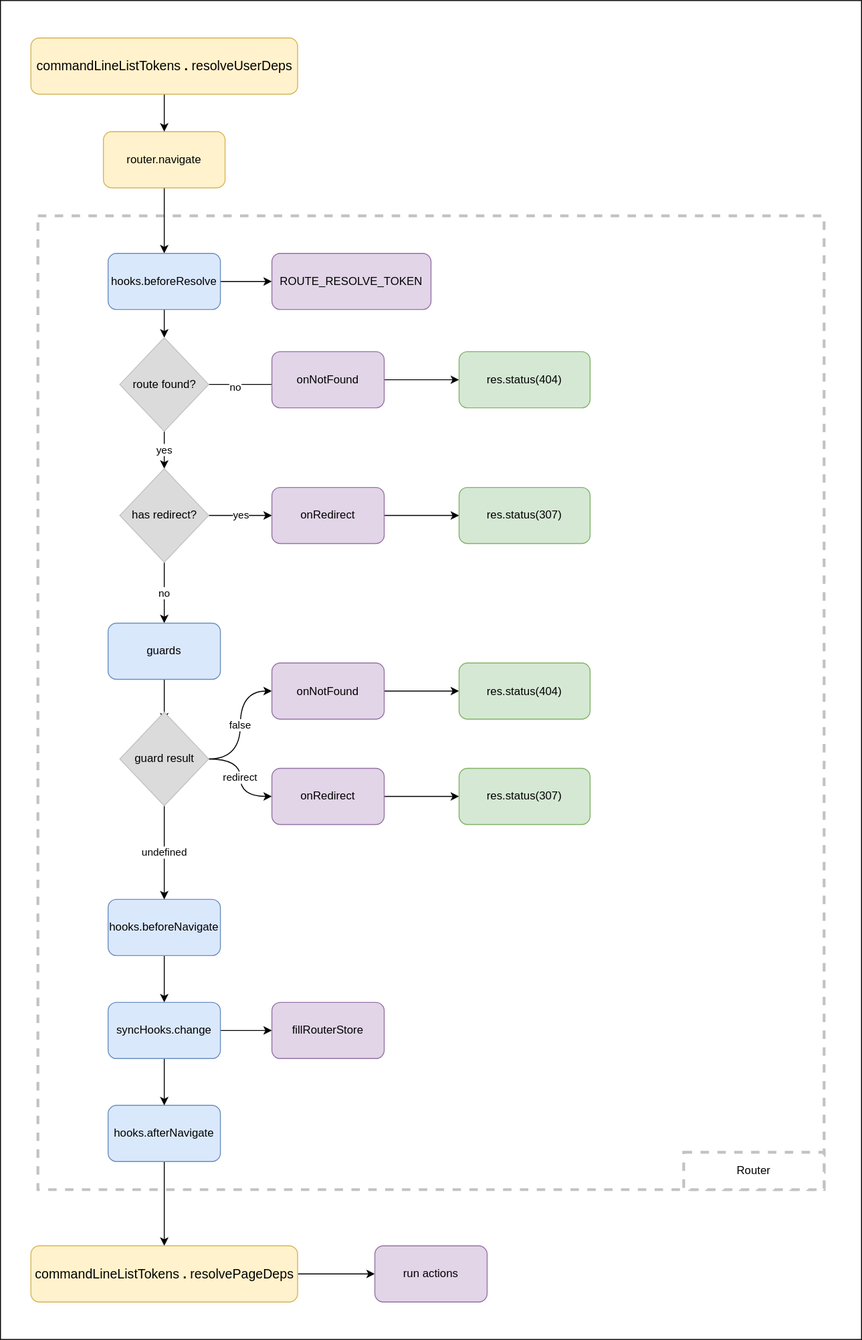
Above: tools/docSite/static/img/router/navigate-flow-server.drawio.svg in Tinkoff/tramvai (draw.io), before the change. Source tidied: cells renumbered, new cells last; positions are measured from the earlier drawing's top-left corner, leaving out a move shared by most shapes.
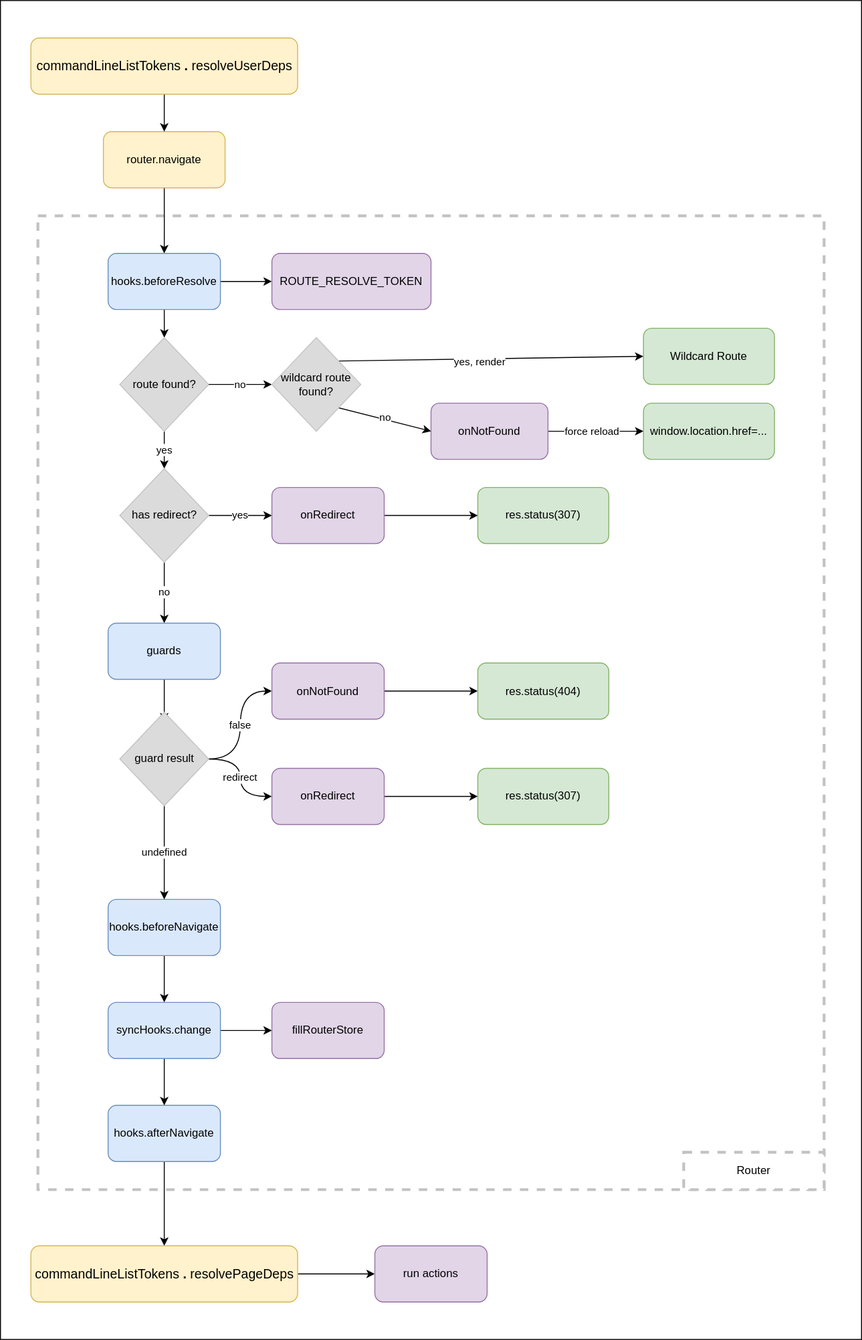
Above is the later version.

The edit, as a diff of the source:
```diff
@@ -40,31 +40,17 @@
     <mxCell id="12" value="hooks.afterNavigate" style="rounded=1;whiteSpace=wrap;html=1;strokeColor=#6c8ebf;strokeWidth=1;fillColor=#dae8fc;" parent="1" vertex="1">
       <mxGeometry x="115" y="1180" width="120" height="60" as="geometry" />
     </mxCell>
-    <mxCell id="13" value="no" style="edgeStyle=orthogonalEdgeStyle;rounded=0;jettySize=auto;html=1;exitX=1;exitY=0.5;exitDx=0;exitDy=0;entryX=0;entryY=0.5;entryDx=0;entryDy=0;" parent="1" edge="1" source="16" target="18">
-      <mxGeometry relative="1" as="geometry">
-        <Array as="points">
-          <mxPoint x="330" y="410" />
-        </Array>
-      </mxGeometry>
-    </mxCell>
-    <mxCell id="14" value="no" style="edgeLabel;html=1;align=center;verticalAlign=middle;" parent="13" vertex="1">
-      <mxGeometry x="-0.63" y="-2" relative="1" as="geometry" />
-    </mxCell>
     <mxCell id="15" value="yes" style="edgeStyle=orthogonalEdgeStyle;rounded=0;jettySize=auto;html=1;entryX=0.5;entryY=0;entryDx=0;entryDy=0;" parent="1" edge="1" source="16" target="22">
       <mxGeometry relative="1" as="geometry" />
     </mxCell>
     <mxCell id="16" value="route found?" style="rhombus;whiteSpace=wrap;html=1;rounded=0;strokeColor=#C2C2C2;strokeWidth=1;fillColor=#DBDBDB;" parent="1" vertex="1">
       <mxGeometry x="127.5" y="360" width="95" height="100" as="geometry" />
     </mxCell>
-    <mxCell id="17" style="edgeStyle=orthogonalEdgeStyle;rounded=0;jettySize=auto;html=1;exitX=1;exitY=0.5;exitDx=0;exitDy=0;entryX=0;entryY=0.5;entryDx=0;entryDy=0;" parent="1" edge="1" source="18" target="19">
-      <mxGeometry relative="1" as="geometry" />
+    <mxCell id="17" style="edgeStyle=orthogonalEdgeStyle;rounded=0;jettySize=auto;html=1;exitX=1;exitY=0.5;exitDx=0;exitDy=0;entryX=0;entryY=0.5;entryDx=0;entryDy=0;" parent="1" edge="1" target="x">
+      <mxGeometry relative="1" as="geometry">
+        <mxPoint x="410" y="405" as="sourcePoint" />
+      </mxGeometry>
     </mxCell>
-    <mxCell id="18" value="onNotFound" style="rounded=1;whiteSpace=wrap;html=1;strokeWidth=1;fillColor=#e1d5e7;strokeColor=#9673a6;" parent="1" vertex="1">
-      <mxGeometry x="290" y="375" width="120" height="60" as="geometry" />
-    </mxCell>
-    <mxCell id="19" value="res.status(404)" style="rounded=1;whiteSpace=wrap;html=1;strokeColor=#82b366;strokeWidth=1;fillColor=#d5e8d4;" parent="1" vertex="1">
-      <mxGeometry x="490" y="375" width="140" height="60" as="geometry" />
-    </mxCell>
     <mxCell id="20" value="yes" style="edgeStyle=orthogonalEdgeStyle;rounded=0;jettySize=auto;html=1;exitX=1;exitY=0.5;exitDx=0;exitDy=0;entryX=0;entryY=0.5;entryDx=0;entryDy=0;" parent="1" edge="1" source="22" target="24">
       <mxGeometry relative="1" as="geometry" />
     </mxCell>
@@ -81,7 +67,7 @@
       <mxGeometry x="290" y="520" width="120" height="60" as="geometry" />
     </mxCell>
     <mxCell id="25" value="res.status(307)" style="rounded=1;whiteSpace=wrap;html=1;strokeColor=#82b366;strokeWidth=1;fillColor=#d5e8d4;" parent="1" vertex="1">
-      <mxGeometry x="490" y="520" width="140" height="60" as="geometry" />
+      <mxGeometry x="510" y="520" width="140" height="60" as="geometry" />
     </mxCell>
     <mxCell id="26" style="edgeStyle=orthogonalEdgeStyle;curved=1;jettySize=auto;html=1;exitX=0.5;exitY=1;exitDx=0;exitDy=0;entryX=0.5;entryY=0;entryDx=0;entryDy=0;" parent="1" edge="1" source="28" target="12">
       <mxGeometry relative="1" as="geometry" />
@@ -125,7 +111,7 @@
       <mxGeometry x="290" y="707.5" width="120" height="60" as="geometry" />
     </mxCell>
     <mxCell id="39" value="res.status(404)" style="rounded=1;whiteSpace=wrap;html=1;strokeColor=#82b366;strokeWidth=1;fillColor=#d5e8d4;" parent="1" vertex="1">
-      <mxGeometry x="490" y="707.5" width="140" height="60" as="geometry" />
+      <mxGeometry x="510" y="707.5" width="140" height="60" as="geometry" />
     </mxCell>
     <mxCell id="40" style="edgeStyle=orthogonalEdgeStyle;rounded=0;jettySize=auto;html=1;exitX=1;exitY=0.5;exitDx=0;exitDy=0;entryX=0;entryY=0.5;entryDx=0;entryDy=0;" parent="1" edge="1" source="41" target="42">
       <mxGeometry relative="1" as="geometry" />
@@ -134,7 +120,7 @@
       <mxGeometry x="290" y="820" width="120" height="60" as="geometry" />
     </mxCell>
     <mxCell id="42" value="res.status(307)" style="rounded=1;whiteSpace=wrap;html=1;strokeColor=#82b366;strokeWidth=1;fillColor=#d5e8d4;" parent="1" vertex="1">
-      <mxGeometry x="490" y="820" width="140" height="60" as="geometry" />
+      <mxGeometry x="510" y="820" width="140" height="60" as="geometry" />
     </mxCell>
     <mxCell id="43" value="ROUTE_RESOLVE_TOKEN" style="rounded=1;whiteSpace=wrap;html=1;fillColor=#e1d5e7;strokeColor=#9673a6;" parent="1" vertex="1">
       <mxGeometry x="290" y="270" width="170" height="60" as="geometry" />
@@ -154,5 +140,40 @@
     <mxCell id="48" value="Router" style="rounded=0;whiteSpace=wrap;html=1;shadow=0;glass=0;labelBackgroundColor=none;fillColor=#ffffff;fontColor=#000000;dashed=1;strokeWidth=3;perimeterSpacing=1;strokeColor=#C2C2C2;" parent="1" vertex="1">
       <mxGeometry x="730" y="1230" width="150" height="40" as="geometry" />
     </mxCell>
+    <mxCell id="13" value="no" style="edgeStyle=none;html=1;exitX=1;exitY=0.5;exitDx=0;exitDy=0;entryX=0;entryY=0.5;entryDx=0;entryDy=0;" parent="1" edge="1" source="16" target="56">
+      <mxGeometry relative="1" as="geometry" />
+    </mxCell>
+    <mxCell id="49" style="edgeStyle=none;html=1;exitX=1;exitY=0.5;exitDx=0;exitDy=0;entryX=0;entryY=0.5;entryDx=0;entryDy=0;" parent="1" edge="1" source="18" target="52">
+      <mxGeometry relative="1" as="geometry" />
+    </mxCell>
+    <mxCell id="50" value="force reload" style="edgeLabel;html=1;align=center;verticalAlign=middle;" parent="49" vertex="1">
+      <mxGeometry x="0.11" y="1" relative="1" as="geometry">
+        <mxPoint x="-10" y="1" as="offset" />
+      </mxGeometry>
+    </mxCell>
+    <mxCell id="18" value="onNotFound" style="rounded=1;whiteSpace=wrap;html=1;strokeColor=#9673A6;strokeWidth=1;fillColor=#E1D5E7;" parent="1" vertex="1">
+      <mxGeometry x="460" y="430" width="125" height="60" as="geometry" />
+    </mxCell>
+    <mxCell id="51" value="Wildcard Route" style="rounded=1;whiteSpace=wrap;html=1;strokeColor=#82b366;strokeWidth=1;fillColor=#d5e8d4;" parent="1" vertex="1">
+      <mxGeometry x="687" y="350" width="140" height="60" as="geometry" />
+    </mxCell>
+    <mxCell id="52" value="window.location.href=..." style="rounded=1;whiteSpace=wrap;html=1;strokeColor=#82B366;strokeWidth=1;fillColor=#d5e8d4;" parent="1" vertex="1">
+      <mxGeometry x="687" y="430" width="140" height="60" as="geometry" />
+    </mxCell>
+    <mxCell id="53" style="edgeStyle=none;html=1;exitX=1;exitY=1;exitDx=0;exitDy=0;entryX=0;entryY=0.5;entryDx=0;entryDy=0;" parent="1" edge="1" source="56" target="18">
+      <mxGeometry relative="1" as="geometry" />
+    </mxCell>
+    <mxCell id="14" value="no" style="edgeLabel;html=1;align=center;verticalAlign=middle;" parent="53" vertex="1">
+      <mxGeometry x="-0.01" y="3" relative="1" as="geometry" />
+    </mxCell>
+    <mxCell id="54" style="edgeStyle=none;html=1;exitX=1;exitY=0;exitDx=0;exitDy=0;entryX=0;entryY=0.5;entryDx=0;entryDy=0;" parent="1" edge="1" source="56" target="51">
+      <mxGeometry relative="1" as="geometry" />
+    </mxCell>
+    <mxCell id="55" value="yes, render" style="edgeLabel;html=1;align=center;verticalAlign=middle;" parent="54" vertex="1">
+      <mxGeometry x="-0.07" y="-3" relative="1" as="geometry" />
+    </mxCell>
+    <mxCell id="56" value="wildcard route found?" style="rhombus;whiteSpace=wrap;html=1;rounded=0;strokeColor=#C2C2C2;strokeWidth=1;fillColor=#DBDBDB;" parent="1" vertex="1">
+      <mxGeometry x="290" y="360" width="95" height="100" as="geometry" />
+    </mxCell>
   </root>
 </mxGraphModel>
```
